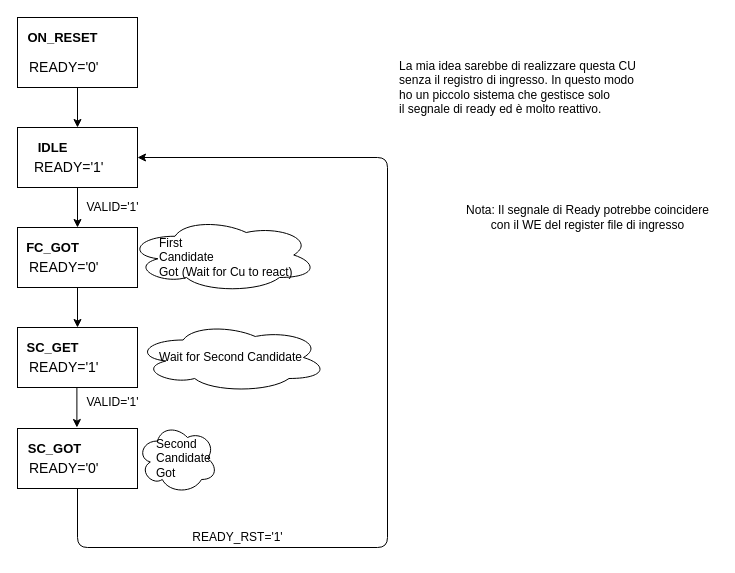
Before: page "READY_CU" (2 of 2) of control_unit/Extimator_CU_State_Diagram.drawio in CostantinoTaranto/AME_Block-Diagram, a draw.io diagram. Source tidied: cells renumbered, new cells numbered last; positions are measured from the earlier drawing's top-left corner, leaving out a move shared by most shapes. Both pictures are drawn from the tidied source at 100%, with x=0, y=0 at pixel (17, 17).
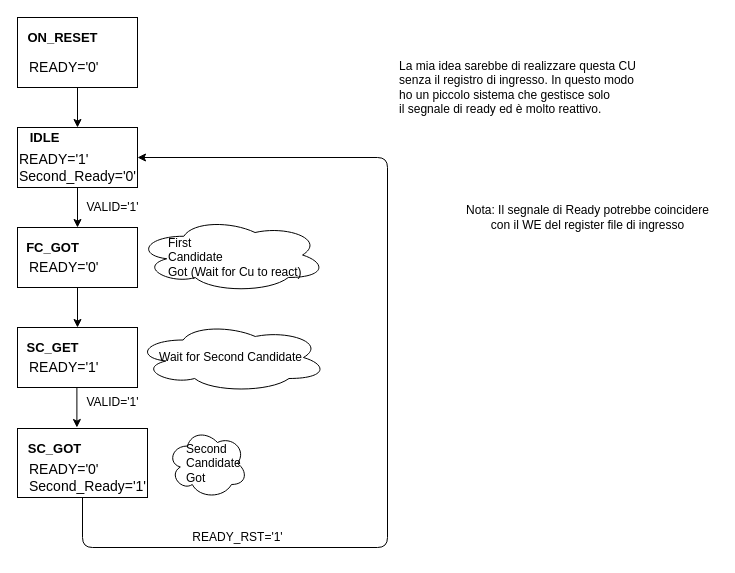
After the change.

The change refers to these unchanged cells:
```xml
<mxCell id="8" style="rounded=0;whiteSpace=wrap;html=1;" parent="1" vertex="1">
  <mxGeometry y="110" width="120" height="60" as="geometry" />
</mxCell>
```

Change to the diagram source:
```diff
@@
     <mxCell id="3" style="ellipse;shape=cloud;whiteSpace=wrap;html=1;" parent="1" vertex="1">
-      <mxGeometry x="110" y="200" width="190" height="75" as="geometry" />
+      <mxGeometry x="118.8" y="200" width="190" height="75" as="geometry" />
     </mxCell>
@@
     <mxCell id="9" value="&lt;b&gt;&lt;font style=&quot;font-size: 13px&quot;&gt;IDLE&lt;/font&gt;&lt;/b&gt;" style="text;html=1;align=center;verticalAlign=middle;" parent="1" vertex="1">
-      <mxGeometry x="10" y="120" width="50" height="20" as="geometry" />
+      <mxGeometry x="2" y="110" width="50" height="20" as="geometry" />
     </mxCell>
-    <mxCell id="10" value="&lt;font style=&quot;font-size: 14px&quot;&gt;READY='1'&lt;br&gt;&lt;/font&gt;" style="text;html=1;align=left;verticalAlign=middle;" parent="1" vertex="1">
-      <mxGeometry x="15" y="140" width="90" height="20" as="geometry" />
+    <mxCell id="10" value="&lt;font style=&quot;font-size: 14px&quot;&gt;READY='1'&lt;br&gt;Second_Ready='0'&lt;br&gt;&lt;/font&gt;" style="text;html=1;align=left;verticalAlign=middle;" parent="1" vertex="1">
+      <mxGeometry y="130" width="130" height="40" as="geometry" />
     </mxCell>
@@
     <mxCell id="16" value="First&lt;br&gt;Candidate&lt;br&gt;Got (Wait for Cu to react)" style="text;html=1;align=left;verticalAlign=middle;" parent="1" vertex="1">
-      <mxGeometry x="140" y="215" width="150" height="50" as="geometry" />
+      <mxGeometry x="148.8" y="215" width="150" height="50" as="geometry" />
     </mxCell>
@@
     <mxCell id="25" style="ellipse;shape=cloud;whiteSpace=wrap;html=1;" parent="1" vertex="1">
-      <mxGeometry x="120" y="406" width="80" height="70" as="geometry" />
+      <mxGeometry x="150" y="411" width="80" height="70" as="geometry" />
     </mxCell>
     <mxCell id="26" style="rounded=0;whiteSpace=wrap;html=1;" parent="1" vertex="1">
-      <mxGeometry y="411" width="120" height="60" as="geometry" />
+      <mxGeometry y="411" width="130" height="69" as="geometry" />
     </mxCell>
@@
-    <mxCell id="28" value="&lt;font style=&quot;font-size: 14px&quot;&gt;READY='0'&lt;br&gt;&lt;/font&gt;" style="text;html=1;align=left;verticalAlign=middle;" parent="1" vertex="1">
-      <mxGeometry x="10" y="441" width="90" height="20" as="geometry" />
+    <mxCell id="28" value="&lt;font style=&quot;font-size: 14px&quot;&gt;READY='0'&lt;br&gt;Second_Ready='1'&lt;br&gt;&lt;/font&gt;" style="text;html=1;align=left;verticalAlign=middle;" parent="1" vertex="1">
+      <mxGeometry x="10" y="440" width="130" height="40" as="geometry" />
     </mxCell>
     <mxCell id="29" value="Second&lt;br&gt;Candidate&lt;br&gt;Got" style="text;html=1;align=left;verticalAlign=middle;" parent="1" vertex="1">
-      <mxGeometry x="137" y="416" width="70" height="50" as="geometry" />
+      <mxGeometry x="167" y="421" width="70" height="50" as="geometry" />
     </mxCell>
@@
     <mxCell id="31" style="endArrow=classic;html=1;exitX=0.5;exitY=1;exitDx=0;exitDy=0;entryX=1;entryY=0.5;entryDx=0;entryDy=0;" parent="1" edge="1" source="26" target="8">
       <mxGeometry relative="1" as="geometry">
         <Array as="points">
-          <mxPoint x="60" y="530" />
+          <mxPoint x="65" y="530" />
           <mxPoint x="370" y="530" />
           <mxPoint x="370" y="140" />
         </Array>
       </mxGeometry>
     </mxCell>
```
